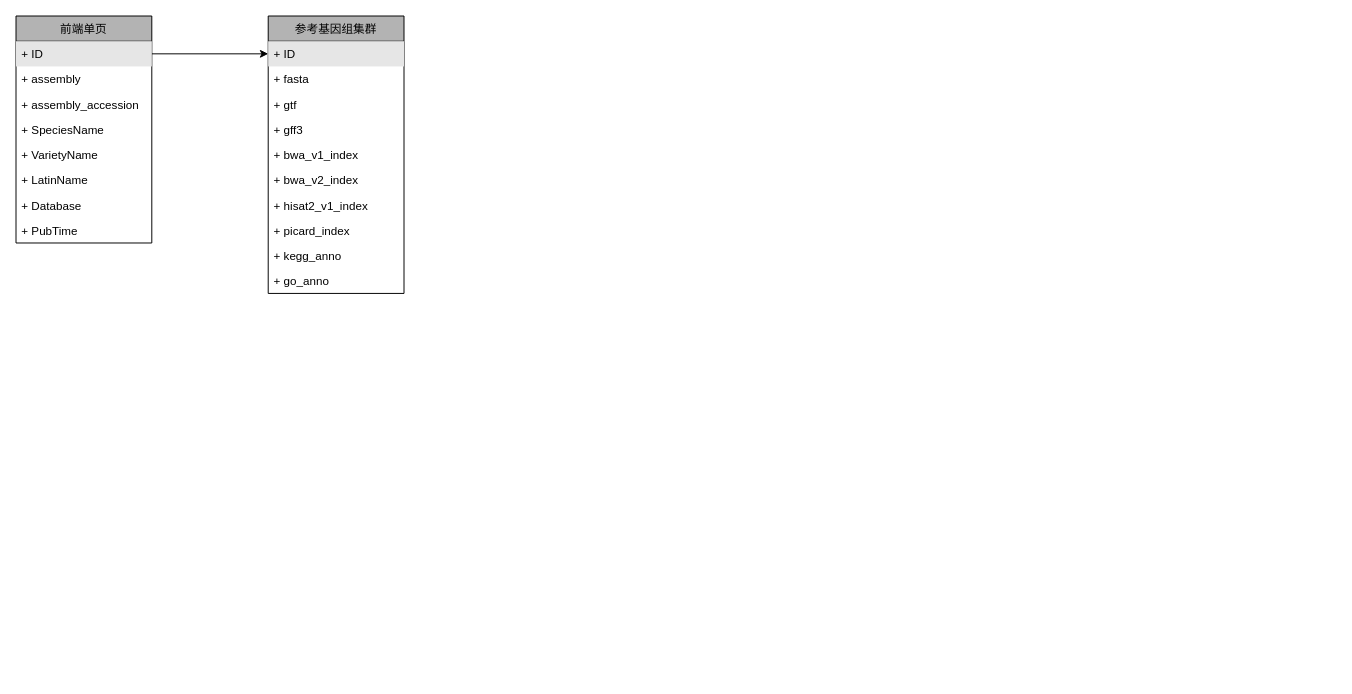
The draw.io diagram 参考基因组数据库架构.drawio in lidanqing123/drawio.picture, before the edit. Source tidied: cells renumbered, new cells numbered last; positions are measured from the earlier drawing's top-left corner, leaving out a move shared by most shapes. Both pictures are drawn from the tidied source at 97%, with x=0, y=0 at pixel (16, 16).
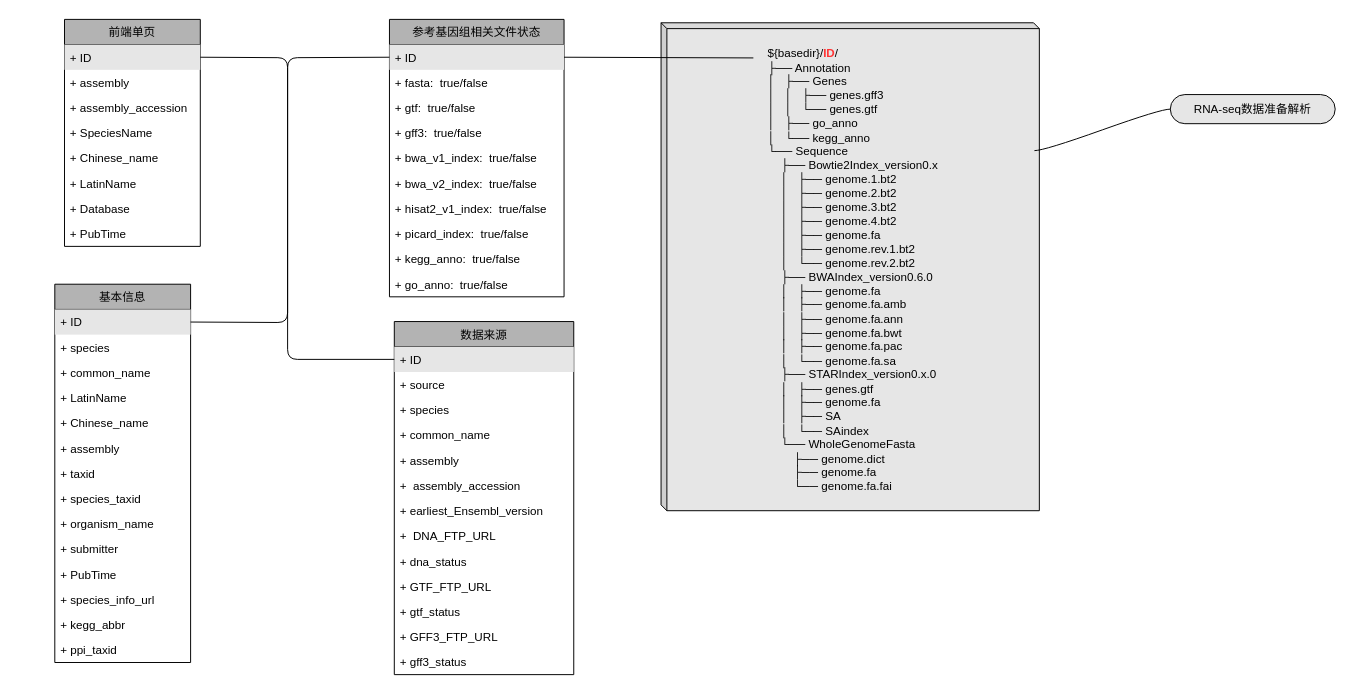
The same diagram, later.

Commit message:
更新参考基因组数据库架构.drawio

The change refers to these unchanged cells:
```xml
<mxCell id="4" value="+ ID" style="text;strokeColor=none;fillColor=#E6E6E6;align=left;verticalAlign=top;spacingLeft=4;spacingRight=4;overflow=hidden;points=[[0,0.5],[1,0.5]];portConstraint=eastwest;" parent="3" vertex="1">
  <mxGeometry y="26" width="140" height="26" as="geometry" />
</mxCell>
```

Change to the diagram source:
```diff
@@
-    <mxCell id="2" style="edgeStyle=orthogonalEdgeStyle;rounded=0;jettySize=auto;html=1;exitX=1;exitY=0.5;exitDx=0;exitDy=0;entryX=0;entryY=0.5;entryDx=0;entryDy=0;" parent="1" edge="1" source="4" target="13">
-      <mxGeometry relative="1" as="geometry" />
-    </mxCell>
     <mxCell id="3" value="前端单页" style="swimlane;fontStyle=0;horizontal=1;startSize=26;fillColor=#B3B3B3;" parent="1" vertex="1">
-      <mxGeometry width="140" height="234" as="geometry" />
+      <mxGeometry x="50" y="3.5" width="140" height="234" as="geometry" />
     </mxCell>
@@
-    <mxCell id="8" value="+ VarietyName" style="text;strokeColor=none;fillColor=none;align=left;verticalAlign=top;spacingLeft=4;spacingRight=4;overflow=hidden;" parent="3" vertex="1">
+    <mxCell id="8" value="+ Chinese_name" style="text;strokeColor=none;fillColor=none;align=left;verticalAlign=top;spacingLeft=4;spacingRight=4;overflow=hidden;" parent="3" vertex="1">
       <mxGeometry y="130" width="140" height="26" as="geometry" />
     </mxCell>
@@
+    <mxCell id="23" value="数据来源" style="swimlane;fontStyle=0;horizontal=1;startSize=26;fillColor=#B3B3B3;" parent="1" vertex="1">
+      <mxGeometry x="390" y="315" width="185" height="364" as="geometry" />
+    </mxCell>
+    <mxCell id="24" value="+ ID" style="text;strokeColor=none;fillColor=#E6E6E6;align=left;verticalAlign=top;spacingLeft=4;spacingRight=4;overflow=hidden;points=[[0,0.5],[1,0.5]];portConstraint=eastwest;" parent="23" vertex="1">
+      <mxGeometry y="26" width="185" height="26" as="geometry" />
+    </mxCell>
+    <mxCell id="25" value="+ source" style="text;strokeColor=none;fillColor=none;align=left;verticalAlign=top;spacingLeft=4;spacingRight=4;overflow=hidden;" parent="23" vertex="1">
+      <mxGeometry y="52" width="185" height="26" as="geometry" />
+    </mxCell>
+    <mxCell id="26" value="+ species" style="text;strokeColor=none;fillColor=none;align=left;verticalAlign=top;spacingLeft=4;spacingRight=4;overflow=hidden;" parent="23" vertex="1">
+      <mxGeometry y="78" width="185" height="26" as="geometry" />
+    </mxCell>
+    <mxCell id="27" value="+ common_name" style="text;strokeColor=none;fillColor=none;align=left;verticalAlign=top;spacingLeft=4;spacingRight=4;overflow=hidden;" parent="23" vertex="1">
+      <mxGeometry y="104" width="185" height="26" as="geometry" />
+    </mxCell>
+    <mxCell id="28" value="+ assembly" style="text;strokeColor=none;fillColor=none;align=left;verticalAlign=top;spacingLeft=4;spacingRight=4;overflow=hidden;" parent="23" vertex="1">
+      <mxGeometry y="130" width="185" height="26" as="geometry" />
+    </mxCell>
+    <mxCell id="29" value="+   assembly_accession" style="text;strokeColor=none;fillColor=none;align=left;verticalAlign=top;spacingLeft=4;spacingRight=4;overflow=hidden;" parent="23" vertex="1">
+      <mxGeometry y="156" width="185" height="26" as="geometry" />
+    </mxCell>
+    <mxCell id="30" value="+ earliest_Ensembl_version" style="text;strokeColor=none;fillColor=none;align=left;verticalAlign=top;spacingLeft=4;spacingRight=4;overflow=hidden;" parent="23" vertex="1">
+      <mxGeometry y="182" width="185" height="26" as="geometry" />
+    </mxCell>
+    <mxCell id="31" value="+   DNA_FTP_URL" style="text;strokeColor=none;fillColor=none;align=left;verticalAlign=top;spacingLeft=4;spacingRight=4;overflow=hidden;" parent="23" vertex="1">
+      <mxGeometry y="208" width="185" height="26" as="geometry" />
+    </mxCell>
+    <mxCell id="32" value="+ dna_status" style="text;strokeColor=none;fillColor=none;align=left;verticalAlign=top;spacingLeft=4;spacingRight=4;overflow=hidden;" parent="23" vertex="1">
+      <mxGeometry y="234" width="185" height="26" as="geometry" />
+    </mxCell>
+    <mxCell id="33" value="+ GTF_FTP_URL" style="text;strokeColor=none;fillColor=none;align=left;verticalAlign=top;spacingLeft=4;spacingRight=4;overflow=hidden;" parent="23" vertex="1">
+      <mxGeometry y="260" width="185" height="26" as="geometry" />
+    </mxCell>
+    <mxCell id="34" value="+ gtf_status" style="text;strokeColor=none;fillColor=none;align=left;verticalAlign=top;spacingLeft=4;spacingRight=4;overflow=hidden;" parent="23" vertex="1">
+      <mxGeometry y="286" width="185" height="26" as="geometry" />
+    </mxCell>
+    <mxCell id="35" value="+ GFF3_FTP_URL" style="text;strokeColor=none;fillColor=none;align=left;verticalAlign=top;spacingLeft=4;spacingRight=4;overflow=hidden;" parent="23" vertex="1">
+      <mxGeometry y="312" width="185" height="26" as="geometry" />
+    </mxCell>
+    <mxCell id="36" value="+ gff3_status" style="text;strokeColor=none;fillColor=none;align=left;verticalAlign=top;spacingLeft=4;spacingRight=4;overflow=hidden;" parent="23" vertex="1">
+      <mxGeometry y="338" width="185" height="26" as="geometry" />
+    </mxCell>
+    <mxCell id="37" value="基本信息" style="swimlane;fontStyle=0;horizontal=1;startSize=26;fillColor=#B3B3B3;" parent="1" vertex="1">
+      <mxGeometry x="40" y="276.5" width="140" height="390" as="geometry" />
+    </mxCell>
+    <mxCell id="38" value="+ ID" style="text;strokeColor=none;fillColor=#E6E6E6;align=left;verticalAlign=top;spacingLeft=4;spacingRight=4;overflow=hidden;points=[[0,0.5],[1,0.5]];portConstraint=eastwest;" parent="37" vertex="1">
+      <mxGeometry y="26" width="140" height="26" as="geometry" />
+    </mxCell>
+    <mxCell id="39" value="+ species" style="text;strokeColor=none;fillColor=none;align=left;verticalAlign=top;spacingLeft=4;spacingRight=4;overflow=hidden;" parent="37" vertex="1">
+      <mxGeometry y="52" width="140" height="26" as="geometry" />
+    </mxCell>
+    <mxCell id="40" value="+ common_name" style="text;strokeColor=none;fillColor=none;align=left;verticalAlign=top;spacingLeft=4;spacingRight=4;overflow=hidden;" parent="37" vertex="1">
+      <mxGeometry y="78" width="140" height="26" as="geometry" />
+    </mxCell>
+    <mxCell id="41" value="+ LatinName" style="text;strokeColor=none;fillColor=none;align=left;verticalAlign=top;spacingLeft=4;spacingRight=4;overflow=hidden;" parent="37" vertex="1">
+      <mxGeometry y="104" width="140" height="26" as="geometry" />
+    </mxCell>
+    <mxCell id="42" value="+ Chinese_name" style="text;strokeColor=none;fillColor=none;align=left;verticalAlign=top;spacingLeft=4;spacingRight=4;overflow=hidden;" parent="37" vertex="1">
+      <mxGeometry y="130" width="140" height="26" as="geometry" />
+    </mxCell>
+    <mxCell id="43" value="+ assembly" style="text;strokeColor=none;fillColor=none;align=left;verticalAlign=top;spacingLeft=4;spacingRight=4;overflow=hidden;" parent="37" vertex="1">
+      <mxGeometry y="156" width="140" height="26" as="geometry" />
+    </mxCell>
+    <mxCell id="44" value="+ taxid" style="text;strokeColor=none;fillColor=none;align=left;verticalAlign=top;spacingLeft=4;spacingRight=4;overflow=hidden;" parent="37" vertex="1">
+      <mxGeometry y="182" width="140" height="26" as="geometry" />
+    </mxCell>
+    <mxCell id="45" value="+ species_taxid" style="text;strokeColor=none;fillColor=none;align=left;verticalAlign=top;spacingLeft=4;spacingRight=4;overflow=hidden;" parent="37" vertex="1">
+      <mxGeometry y="208" width="140" height="26" as="geometry" />
+    </mxCell>
+    <mxCell id="46" value="+ organism_name" style="text;strokeColor=none;fillColor=none;align=left;verticalAlign=top;spacingLeft=4;spacingRight=4;overflow=hidden;" parent="37" vertex="1">
+      <mxGeometry y="234" width="140" height="26" as="geometry" />
+    </mxCell>
+    <mxCell id="47" value="+ submitter" style="text;strokeColor=none;fillColor=none;align=left;verticalAlign=top;spacingLeft=4;spacingRight=4;overflow=hidden;" parent="37" vertex="1">
+      <mxGeometry y="260" width="140" height="26" as="geometry" />
+    </mxCell>
+    <mxCell id="48" value="+ PubTime" style="text;strokeColor=none;fillColor=none;align=left;verticalAlign=top;spacingLeft=4;spacingRight=4;overflow=hidden;" parent="37" vertex="1">
+      <mxGeometry y="286" width="140" height="26" as="geometry" />
+    </mxCell>
+    <mxCell id="49" value="+ species_info_url" style="text;strokeColor=none;fillColor=none;align=left;verticalAlign=top;spacingLeft=4;spacingRight=4;overflow=hidden;" parent="37" vertex="1">
+      <mxGeometry y="312" width="140" height="26" as="geometry" />
+    </mxCell>
+    <mxCell id="50" value="+ kegg_abbr" style="text;strokeColor=none;fillColor=none;align=left;verticalAlign=top;spacingLeft=4;spacingRight=4;overflow=hidden;" parent="37" vertex="1">
+      <mxGeometry y="338" width="140" height="26" as="geometry" />
+    </mxCell>
+    <mxCell id="51" value="+ ppi_taxid" style="text;strokeColor=none;fillColor=none;align=left;verticalAlign=top;spacingLeft=4;spacingRight=4;overflow=hidden;" parent="37" vertex="1">
+      <mxGeometry y="364" width="140" height="26" as="geometry" />
+    </mxCell>
-    <mxCell id="12" value="参考基因组集群" style="swimlane;fontStyle=0;horizontal=1;startSize=26;fillColor=#B3B3B3;" parent="1" vertex="1">
-      <mxGeometry x="260" width="140" height="286" as="geometry" />
+    <mxCell id="12" value="参考基因组相关文件状态" style="swimlane;fontStyle=0;horizontal=1;startSize=26;fillColor=#B3B3B3;" parent="1" vertex="1">
+      <mxGeometry x="385" y="3.5" width="180" height="286" as="geometry" />
     </mxCell>
     <mxCell id="13" value="+ ID" style="text;strokeColor=none;fillColor=#E6E6E6;align=left;verticalAlign=top;spacingLeft=4;spacingRight=4;overflow=hidden;points=[[0,0.5],[1,0.5]];portConstraint=eastwest;" parent="12" vertex="1">
-      <mxGeometry y="26" width="140" height="26" as="geometry" />
+      <mxGeometry y="26" width="180" height="26" as="geometry" />
     </mxCell>
-    <mxCell id="14" value="+ fasta" style="text;strokeColor=none;fillColor=none;align=left;verticalAlign=top;spacingLeft=4;spacingRight=4;overflow=hidden;" parent="12" vertex="1">
-      <mxGeometry y="52" width="140" height="26" as="geometry" />
+    <mxCell id="14" value="+ fasta:  true/false" style="text;strokeColor=none;fillColor=none;align=left;verticalAlign=top;spacingLeft=4;spacingRight=4;overflow=hidden;" parent="12" vertex="1">
+      <mxGeometry y="52" width="180" height="26" as="geometry" />
     </mxCell>
-    <mxCell id="15" value="+ gtf" style="text;strokeColor=none;fillColor=none;align=left;verticalAlign=top;spacingLeft=4;spacingRight=4;overflow=hidden;" parent="12" vertex="1">
-      <mxGeometry y="78" width="140" height="26" as="geometry" />
+    <mxCell id="15" value="+ gtf:  true/false" style="text;strokeColor=none;fillColor=none;align=left;verticalAlign=top;spacingLeft=4;spacingRight=4;overflow=hidden;" parent="12" vertex="1">
+      <mxGeometry y="78" width="180" height="26" as="geometry" />
     </mxCell>
-    <mxCell id="16" value="+ gff3" style="text;strokeColor=none;fillColor=none;align=left;verticalAlign=top;spacingLeft=4;spacingRight=4;overflow=hidden;" parent="12" vertex="1">
-      <mxGeometry y="104" width="140" height="26" as="geometry" />
+    <mxCell id="16" value="+ gff3:  true/false" style="text;strokeColor=none;fillColor=none;align=left;verticalAlign=top;spacingLeft=4;spacingRight=4;overflow=hidden;" parent="12" vertex="1">
+      <mxGeometry y="104" width="180" height="26" as="geometry" />
     </mxCell>
-    <mxCell id="17" value="+ bwa_v1_index" style="text;strokeColor=none;fillColor=none;align=left;verticalAlign=top;spacingLeft=4;spacingRight=4;overflow=hidden;" parent="12" vertex="1">
-      <mxGeometry y="130" width="140" height="26" as="geometry" />
+    <mxCell id="17" value="+ bwa_v1_index:  true/false" style="text;strokeColor=none;fillColor=none;align=left;verticalAlign=top;spacingLeft=4;spacingRight=4;overflow=hidden;" parent="12" vertex="1">
+      <mxGeometry y="130" width="180" height="26" as="geometry" />
     </mxCell>
-    <mxCell id="18" value="+ bwa_v2_index" style="text;strokeColor=none;fillColor=none;align=left;verticalAlign=top;spacingLeft=4;spacingRight=4;overflow=hidden;" parent="12" vertex="1">
-      <mxGeometry y="156" width="140" height="26" as="geometry" />
+    <mxCell id="18" value="+ bwa_v2_index:  true/false" style="text;strokeColor=none;fillColor=none;align=left;verticalAlign=top;spacingLeft=4;spacingRight=4;overflow=hidden;" parent="12" vertex="1">
+      <mxGeometry y="156" width="180" height="26" as="geometry" />
     </mxCell>
-    <mxCell id="19" value="+ hisat2_v1_index" style="text;strokeColor=none;fillColor=none;align=left;verticalAlign=top;spacingLeft=4;spacingRight=4;overflow=hidden;" parent="12" vertex="1">
-      <mxGeometry y="182" width="140" height="26" as="geometry" />
+    <mxCell id="19" value="+ hisat2_v1_index:  true/false" style="text;strokeColor=none;fillColor=none;align=left;verticalAlign=top;spacingLeft=4;spacingRight=4;overflow=hidden;" parent="12" vertex="1">
+      <mxGeometry y="182" width="180" height="26" as="geometry" />
     </mxCell>
-    <mxCell id="20" value="+ picard_index" style="text;strokeColor=none;fillColor=none;align=left;verticalAlign=top;spacingLeft=4;spacingRight=4;overflow=hidden;" parent="12" vertex="1">
-      <mxGeometry y="208" width="140" height="26" as="geometry" />
+    <mxCell id="20" value="+ picard_index:  true/false" style="text;strokeColor=none;fillColor=none;align=left;verticalAlign=top;spacingLeft=4;spacingRight=4;overflow=hidden;" parent="12" vertex="1">
+      <mxGeometry y="208" width="180" height="26" as="geometry" />
     </mxCell>
-    <mxCell id="21" value="+ kegg_anno" style="text;strokeColor=none;fillColor=none;align=left;verticalAlign=top;spacingLeft=4;spacingRight=4;overflow=hidden;" parent="12" vertex="1">
-      <mxGeometry y="234" width="140" height="26" as="geometry" />
+    <mxCell id="21" value="+ kegg_anno:  true/false" style="text;strokeColor=none;fillColor=none;align=left;verticalAlign=top;spacingLeft=4;spacingRight=4;overflow=hidden;" parent="12" vertex="1">
+      <mxGeometry y="234" width="180" height="26" as="geometry" />
     </mxCell>
-    <mxCell id="22" value="+ go_anno" style="text;strokeColor=none;fillColor=none;align=left;verticalAlign=top;spacingLeft=4;spacingRight=4;overflow=hidden;" parent="12" vertex="1">
-      <mxGeometry y="260" width="140" height="26" as="geometry" />
+    <mxCell id="22" value="+ go_anno:  true/false" style="text;strokeColor=none;fillColor=none;align=left;verticalAlign=top;spacingLeft=4;spacingRight=4;overflow=hidden;" parent="12" vertex="1">
+      <mxGeometry y="260" width="180" height="26" as="geometry" />
     </mxCell>
+    <mxCell id="52" value="&lt;blockquote&gt;&lt;blockquote&gt;&lt;div align=&quot;left&quot;&gt;${basedir}/&lt;font color=&quot;#FF3333&quot;&gt;&lt;b&gt;ID&lt;/b&gt;&lt;font color=&quot;#000000&quot;&gt;/&lt;/font&gt;&lt;/font&gt;&lt;br&gt;├── Annotation&lt;br&gt;│&amp;nbsp;&amp;nbsp; ├── Genes&lt;br&gt;│&amp;nbsp;&amp;nbsp; │&amp;nbsp;&amp;nbsp; ├── genes.gff3&lt;br&gt;│&amp;nbsp;&amp;nbsp; │&amp;nbsp;&amp;nbsp; └── genes.gtf&lt;br&gt;│&amp;nbsp;&amp;nbsp; ├── go_anno&lt;br&gt;│&amp;nbsp;&amp;nbsp; └── kegg_anno&lt;br&gt;└── Sequence&lt;br&gt;&amp;nbsp;&amp;nbsp;&amp;nbsp; ├── Bowtie2Index_version0.x&lt;br&gt;&amp;nbsp;&amp;nbsp;&amp;nbsp; │&amp;nbsp;&amp;nbsp; ├── genome.1.bt2&lt;br&gt;&amp;nbsp;&amp;nbsp;&amp;nbsp; │&amp;nbsp;&amp;nbsp; ├── genome.2.bt2&lt;br&gt;&amp;nbsp;&amp;nbsp;&amp;nbsp; │&amp;nbsp;&amp;nbsp; ├── genome.3.bt2&lt;br&gt;&amp;nbsp;&amp;nbsp;&amp;nbsp; │&amp;nbsp;&amp;nbsp; ├── genome.4.bt2&lt;br&gt;&amp;nbsp;&amp;nbsp;&amp;nbsp; │&amp;nbsp;&amp;nbsp; ├── genome.fa&lt;br&gt;&amp;nbsp;&amp;nbsp;&amp;nbsp; │&amp;nbsp;&amp;nbsp; ├── genome.rev.1.bt2&lt;br&gt;&amp;nbsp;&amp;nbsp;&amp;nbsp; │&amp;nbsp;&amp;nbsp; └── genome.rev.2.bt2&lt;br&gt;&amp;nbsp;&amp;nbsp;&amp;nbsp; ├── BWAIndex_version0.6.0&lt;br&gt;&amp;nbsp;&amp;nbsp;&amp;nbsp; │&amp;nbsp;&amp;nbsp; ├── genome.fa&lt;br&gt;&amp;nbsp;&amp;nbsp;&amp;nbsp; │&amp;nbsp;&amp;nbsp; ├── genome.fa.amb&lt;br&gt;&amp;nbsp;&amp;nbsp;&amp;nbsp; │&amp;nbsp;&amp;nbsp; ├── genome.fa.ann&lt;br&gt;&amp;nbsp;&amp;nbsp;&amp;nbsp; │&amp;nbsp;&amp;nbsp; ├── genome.fa.bwt&lt;br&gt;&amp;nbsp;&amp;nbsp;&amp;nbsp; │&amp;nbsp;&amp;nbsp; ├── genome.fa.pac&lt;br&gt;&amp;nbsp;&amp;nbsp;&amp;nbsp; │&amp;nbsp;&amp;nbsp; └── genome.fa.sa&lt;br&gt;&amp;nbsp;&amp;nbsp;&amp;nbsp; ├── STARIndex_version0.x.0&lt;br&gt;&amp;nbsp;&amp;nbsp;&amp;nbsp; │&amp;nbsp;&amp;nbsp; ├── genes.gtf&lt;br&gt;&amp;nbsp;&amp;nbsp;&amp;nbsp; │&amp;nbsp;&amp;nbsp; ├── genome.fa&lt;br&gt;&amp;nbsp;&amp;nbsp;&amp;nbsp; │&amp;nbsp;&amp;nbsp; ├── SA&lt;br&gt;&amp;nbsp;&amp;nbsp;&amp;nbsp; │&amp;nbsp;&amp;nbsp; └── SAindex&lt;br&gt;&amp;nbsp;&amp;nbsp;&amp;nbsp; └── WholeGenomeFasta&lt;br&gt;&amp;nbsp;&amp;nbsp;&amp;nbsp;&amp;nbsp;&amp;nbsp;&amp;nbsp;&amp;nbsp; ├── genome.dict&lt;br&gt;&amp;nbsp;&amp;nbsp;&amp;nbsp;&amp;nbsp;&amp;nbsp;&amp;nbsp;&amp;nbsp; ├── genome.fa&lt;br&gt;&amp;nbsp;&amp;nbsp;&amp;nbsp;&amp;nbsp;&amp;nbsp;&amp;nbsp;&amp;nbsp; └── genome.fa.fai&lt;br&gt;&lt;/div&gt;&lt;/blockquote&gt;&lt;/blockquote&gt;" style="shape=cube;whiteSpace=wrap;html=1;boundedLbl=1;backgroundOutline=1;darkOpacity=0.05;darkOpacity2=0.1;fillColor=#E6E6E6;size=6;" parent="1" vertex="1">
+      <mxGeometry x="665" y="7" width="390" height="503" as="geometry" />
+    </mxCell>
+    <mxCell id="53" style="endArrow=none;html=1;entryX=1;entryY=0.5;entryDx=0;entryDy=0;exitX=0;exitY=0.5;exitDx=0;exitDy=0;" parent="1" edge="1" source="24" target="4">
+      <mxGeometry relative="1" as="geometry">
+        <Array as="points">
+          <mxPoint x="280" y="354" />
+          <mxPoint x="280" y="43" />
+        </Array>
+      </mxGeometry>
+    </mxCell>
+    <mxCell id="54" style="endArrow=none;html=1;exitX=0;exitY=0.5;exitDx=0;exitDy=0;entryX=1;entryY=0.5;entryDx=0;entryDy=0;" parent="1" edge="1" source="13" target="38">
+      <mxGeometry relative="1" as="geometry">
+        <Array as="points">
+          <mxPoint x="280" y="43" />
+          <mxPoint x="280" y="316" />
+        </Array>
+      </mxGeometry>
+    </mxCell>
+    <mxCell id="55" style="endArrow=none;html=1;entryX=1;entryY=0.5;entryDx=0;entryDy=0;exitX=0.244;exitY=0.072;exitDx=0;exitDy=0;exitPerimeter=0;" parent="1" edge="1" source="52" target="13">
+      <mxGeometry relative="1" as="geometry" />
+    </mxCell>
+    <mxCell id="56" value="RNA-seq数据准备解析" style="whiteSpace=wrap;html=1;rounded=1;arcSize=50;align=center;verticalAlign=middle;strokeWidth=1;spacing=4;fillColor=#E6E6E6;" parent="1" vertex="1">
+      <mxGeometry x="1190" y="81" width="170" height="30" as="geometry" />
+    </mxCell>
+    <mxCell id="57" style="edgeStyle=entityRelationEdgeStyle;startArrow=none;endArrow=none;segment=10;curved=1;exitX=0.987;exitY=0.262;exitDx=0;exitDy=0;exitPerimeter=0;" parent="1" edge="1" source="52" target="56">
+      <mxGeometry relative="1" as="geometry" />
+    </mxCell>
```
